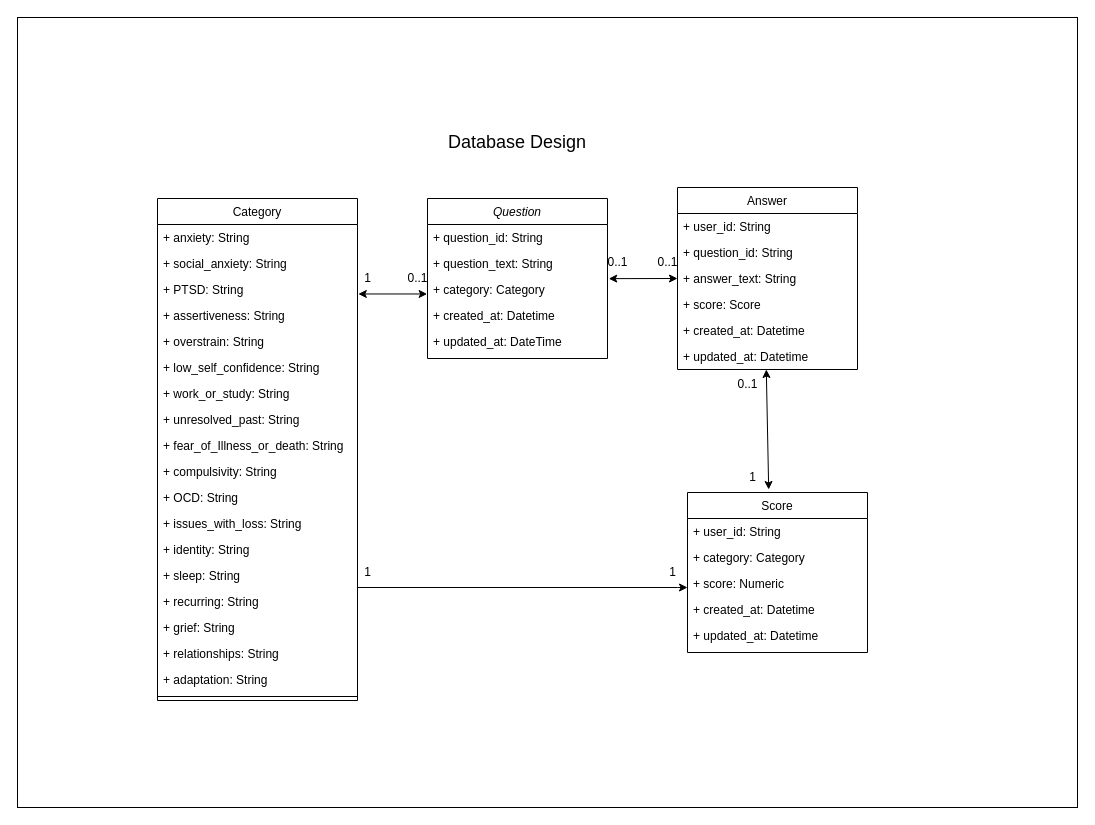
The draw.io diagram Untitled Diagram.drawio in danofoundation/solution-4, before the edit. Source tidied: cells renumbered, new cells numbered last; positions are measured from the earlier drawing's top-left corner, leaving out a move shared by most shapes. Both pictures are drawn from the tidied source at 100%, with x=0, y=0 at pixel (17, 17).
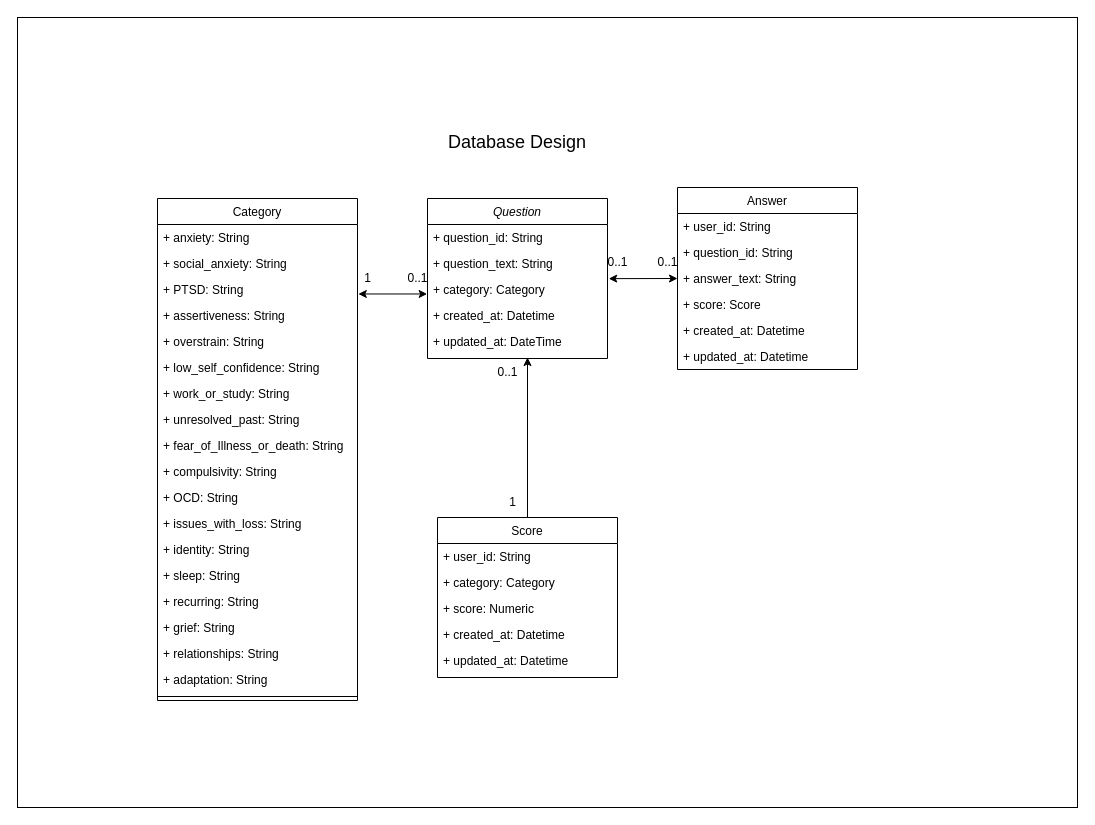
The same page after the edit.

Diff of the diagram source:
```diff
@@
+    <mxCell id="55" style="edgeStyle=orthogonalEdgeStyle;rounded=0;jettySize=auto;html=1;" parent="1" edge="1" source="43">
+      <mxGeometry relative="1" as="geometry">
+        <mxPoint x="510" y="340" as="targetPoint" />
+      </mxGeometry>
+    </mxCell>
     <mxCell id="43" value="Score" style="swimlane;fontStyle=0;align=center;verticalAlign=top;horizontal=1;startSize=26;rounded=0;shadow=0;strokeWidth=1;" parent="1" vertex="1">
-      <mxGeometry x="670" y="475" width="180" height="160" as="geometry" />
+      <mxGeometry x="420" y="500" width="180" height="160" as="geometry" />
     </mxCell>
@@
-    <mxCell id="49" style="edgeStyle=orthogonalEdgeStyle;rounded=0;orthogonalLoop=1;jettySize=auto;html=1;" parent="1" edge="1">
-      <mxGeometry relative="1" as="geometry">
-        <mxPoint x="340.2" y="570" as="sourcePoint" />
-        <mxPoint x="670" y="570" as="targetPoint" />
-        <Array as="points">
-          <mxPoint x="660" y="570" />
-        </Array>
-      </mxGeometry>
-    </mxCell>
-    <mxCell id="50" value="1" style="text;html=1;align=center;verticalAlign=middle;strokeColor=none;fillColor=none;" parent="1" vertex="1">
-      <mxGeometry x="335" y="540" width="30" height="30" as="geometry" />
-    </mxCell>
-    <mxCell id="51" style="endArrow=classic;startArrow=classic;html=1;rounded=0;exitX=0.371;exitY=-0.025;exitDx=0;exitDy=0;entryX=0.413;entryY=0.962;entryDx=0;entryDy=0;exitPerimeter=0;entryPerimeter=0;" parent="1" edge="1">
-      <mxGeometry relative="1" as="geometry">
-        <mxPoint x="751.2" y="472" as="sourcePoint" />
-        <mxPoint x="748.8" y="352" as="targetPoint" />
-      </mxGeometry>
-    </mxCell>
+    <mxCell id="56" value="1" style="text;html=1;align=center;verticalAlign=middle;strokeColor=none;fillColor=none;" parent="1" vertex="1">
+      <mxGeometry x="480" y="470" width="30" height="30" as="geometry" />
+    </mxCell>
     <mxCell id="52" value="0..1" style="text;html=1;align=center;verticalAlign=middle;strokeColor=none;fillColor=none;" parent="1" vertex="1">
-      <mxGeometry x="710" y="352" width="40" height="30" as="geometry" />
+      <mxGeometry x="470" y="340" width="40" height="30" as="geometry" />
     </mxCell>
-    <mxCell id="53" value="1" style="text;html=1;align=center;verticalAlign=middle;strokeColor=none;fillColor=none;" parent="1" vertex="1">
-      <mxGeometry x="640" y="540" width="30" height="30" as="geometry" />
-    </mxCell>
-    <mxCell id="54" value="1" style="text;html=1;align=center;verticalAlign=middle;strokeColor=none;fillColor=none;" parent="1" vertex="1">
-      <mxGeometry x="720" y="445" width="30" height="30" as="geometry" />
-    </mxCell>
```
